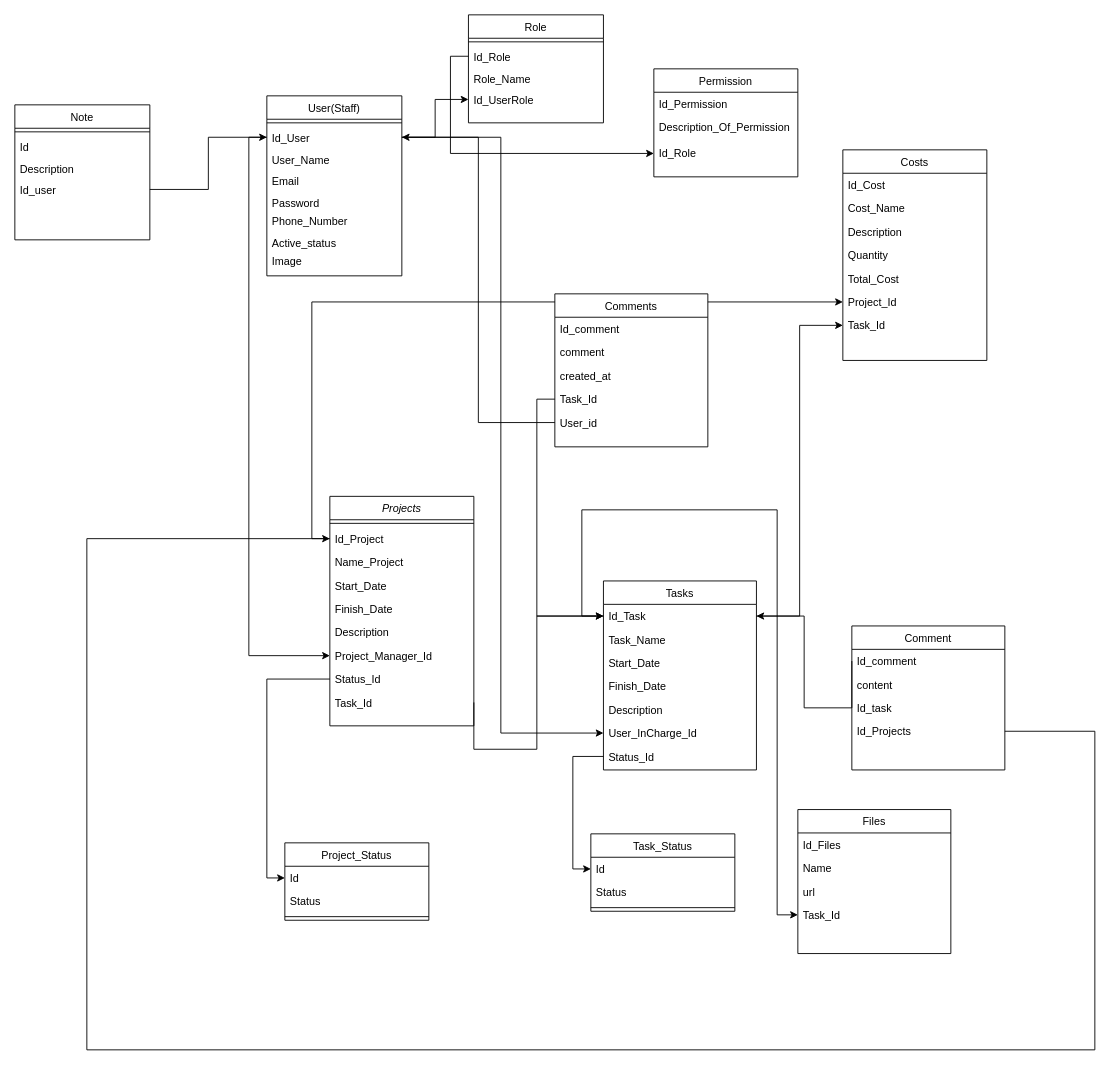
Before: Database.drawio in nate-q-136/PBL3, a draw.io diagram. Source tidied: cells renumbered, new cells numbered last; positions are measured from the earlier drawing's top-left corner, leaving out a move shared by most shapes. Both pictures are drawn from the tidied source at 90%, with x=0, y=0 at pixel (14, 14).
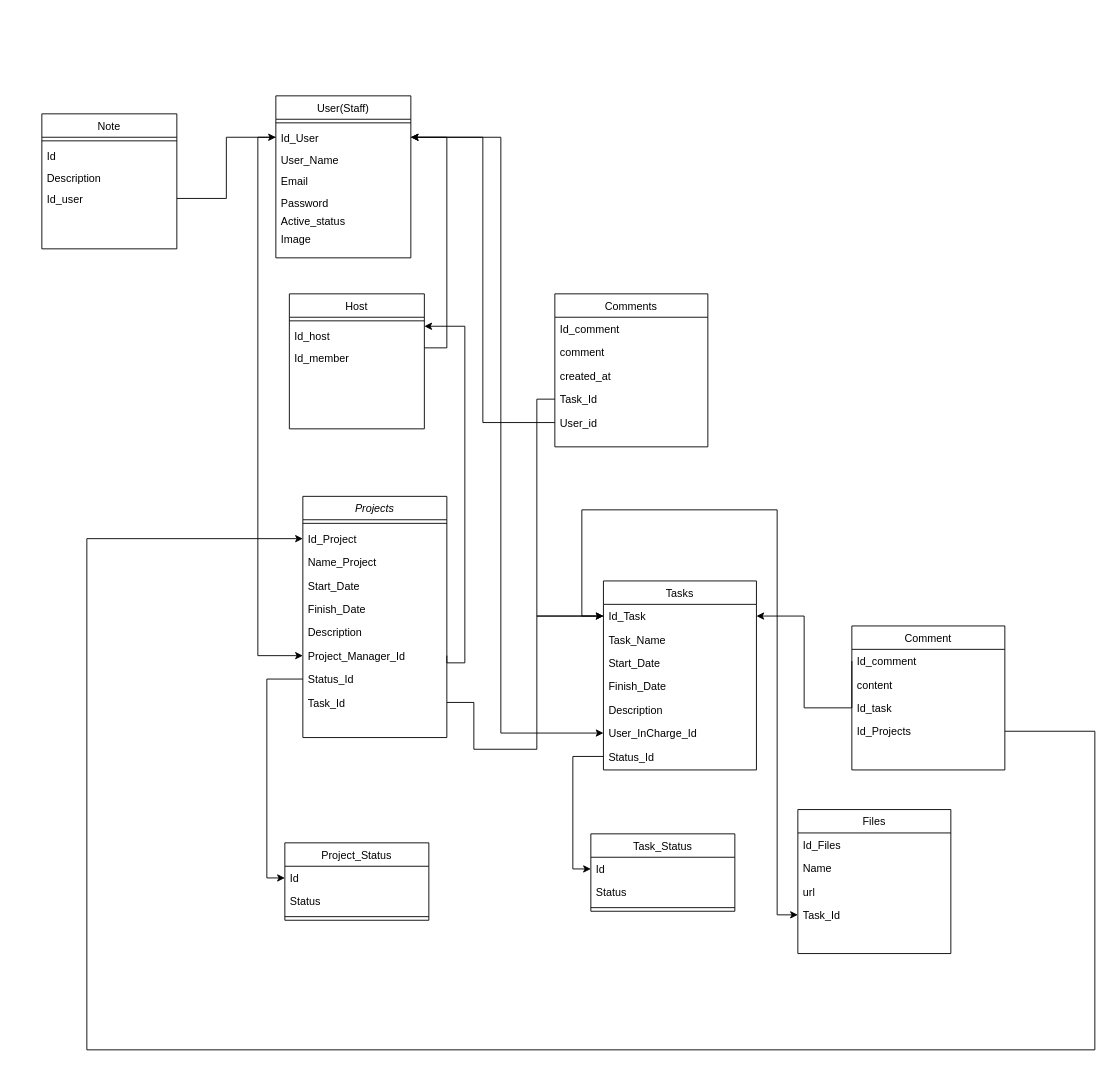
The same page after the edit.

Commit message:
Cập nhật Database.drawio

The change refers to these unchanged cells:
```xml
<mxCell id="4" value="Id_Project&#10;" style="text;align=left;verticalAlign=top;spacingLeft=4;spacingRight=4;overflow=hidden;points=[[0,0.5],[1,0.5]];portConstraint=eastwest;" parent="2" vertex="1">
  <mxGeometry y="34" width="160" height="26" as="geometry" />
</mxCell>
<mxCell id="9" value="Project_Manager_Id&#10;" style="text;align=left;verticalAlign=top;spacingLeft=4;spacingRight=4;overflow=hidden;points=[[0,0.5],[1,0.5]];portConstraint=eastwest;" parent="2" vertex="1">
  <mxGeometry y="164" width="160" height="26" as="geometry" />
</mxCell>
<mxCell id="14" value="Id_User" style="text;align=left;verticalAlign=top;spacingLeft=4;spacingRight=4;overflow=hidden;points=[[0,0.5],[1,0.5]];portConstraint=eastwest;" parent="12" vertex="1">
  <mxGeometry y="34" width="150" height="24" as="geometry" />
</mxCell>
<mxCell id="22" value="Id_Task&#10;" style="text;align=left;verticalAlign=top;spacingLeft=4;spacingRight=4;overflow=hidden;points=[[0,0.5],[1,0.5]];portConstraint=eastwest;" parent="21" vertex="1">
  <mxGeometry y="26" width="170" height="26" as="geometry" />
</mxCell>
```

Diff of the diagram source:
```diff
@@
     <mxCell id="2" value="Projects" style="swimlane;fontStyle=2;align=center;verticalAlign=top;horizontal=1;startSize=26;rounded=0;shadow=0;strokeWidth=1;" parent="1" vertex="1">
-      <mxGeometry x="350" y="535" width="160" height="255" as="geometry" />
+      <mxGeometry x="320" y="535" width="160" height="268" as="geometry" />
     </mxCell>
@@
     <mxCell id="12" value="User(Staff)&#10;" style="swimlane;fontStyle=0;align=center;verticalAlign=top;horizontal=1;startSize=26;rounded=0;shadow=0;strokeWidth=1;" parent="1" vertex="1">
-      <mxGeometry x="280" y="90" width="150" height="200" as="geometry" />
+      <mxGeometry x="290" y="90" width="150" height="180" as="geometry" />
     </mxCell>
@@
-    <mxCell id="18" value="Phone_Number&#10;" style="text;align=left;verticalAlign=top;spacingLeft=4;spacingRight=4;overflow=hidden;" parent="12" vertex="1">
-      <mxGeometry y="126" width="150" height="24" as="geometry" />
-    </mxCell>
     <mxCell id="19" value="Active_status&#10;" style="text;align=left;verticalAlign=top;spacingLeft=4;spacingRight=4;overflow=hidden;" parent="12" vertex="1">
-      <mxGeometry y="150" width="150" height="20" as="geometry" />
+      <mxGeometry y="126" width="150" height="20" as="geometry" />
     </mxCell>
     <mxCell id="20" value="Image" style="text;align=left;verticalAlign=top;spacingLeft=4;spacingRight=4;overflow=hidden;" parent="12" vertex="1">
-      <mxGeometry y="170" width="150" height="20" as="geometry" />
+      <mxGeometry y="146" width="150" height="20" as="geometry" />
     </mxCell>
@@
-    <mxCell id="33" value="Role" style="swimlane;fontStyle=0;align=center;verticalAlign=top;horizontal=1;startSize=26;rounded=0;shadow=0;strokeWidth=1;" parent="1" vertex="1">
-      <mxGeometry x="504" width="150" height="120" as="geometry" />
-    </mxCell>
-    <mxCell id="34" style="line;html=1;strokeWidth=1;align=left;verticalAlign=middle;spacingTop=-1;spacingLeft=3;spacingRight=3;labelPosition=right;" parent="33" vertex="1">
-      <mxGeometry y="26" width="150" height="8" as="geometry" />
-    </mxCell>
-    <mxCell id="35" value="Id_Role" style="text;align=left;verticalAlign=top;spacingLeft=4;spacingRight=4;overflow=hidden;points=[[0,0.5],[1,0.5]];portConstraint=eastwest;" parent="33" vertex="1">
-      <mxGeometry y="34" width="150" height="24" as="geometry" />
-    </mxCell>
-    <mxCell id="36" value="Role_Name" style="text;align=left;verticalAlign=top;spacingLeft=4;spacingRight=4;overflow=hidden;" parent="33" vertex="1">
-      <mxGeometry y="58" width="150" height="24" as="geometry" />
-    </mxCell>
-    <mxCell id="37" value="Id_UserRole" style="text;align=left;verticalAlign=top;spacingLeft=4;spacingRight=4;overflow=hidden;points=[[0,0.5],[1,0.5]];portConstraint=eastwest;" parent="33" vertex="1">
-      <mxGeometry y="82" width="150" height="24" as="geometry" />
-    </mxCell>
-    <mxCell id="38" value="Permission" style="swimlane;fontStyle=0;align=center;verticalAlign=top;horizontal=1;startSize=26;rounded=0;shadow=0;strokeWidth=1;" parent="1" vertex="1">
-      <mxGeometry x="710" y="60" width="160" height="120" as="geometry" />
-    </mxCell>
-    <mxCell id="39" value="Id_Permission" style="text;align=left;verticalAlign=top;spacingLeft=4;spacingRight=4;overflow=hidden;" parent="38" vertex="1">
-      <mxGeometry y="26" width="160" height="26" as="geometry" />
-    </mxCell>
-    <mxCell id="40" value="Description_Of_Permission" style="text;align=left;verticalAlign=top;spacingLeft=4;spacingRight=4;overflow=hidden;rounded=0;shadow=0;html=0;" parent="38" vertex="1">
-      <mxGeometry y="52" width="160" height="28" as="geometry" />
-    </mxCell>
-    <mxCell id="41" value="Id_Role&#10;" style="text;align=left;verticalAlign=top;spacingLeft=4;spacingRight=4;overflow=hidden;points=[[0,0.5],[1,0.5]];portConstraint=eastwest;rounded=0;shadow=0;html=0;" parent="38" vertex="1">
-      <mxGeometry y="80" width="160" height="28" as="geometry" />
-    </mxCell>
-    <mxCell id="42" value="Costs" style="swimlane;fontStyle=0;align=center;verticalAlign=top;horizontal=1;startSize=26;rounded=0;shadow=0;strokeWidth=1;" parent="1" vertex="1">
-      <mxGeometry x="920" y="150" width="160" height="234" as="geometry" />
-    </mxCell>
-    <mxCell id="43" value="Id_Cost" style="text;align=left;verticalAlign=top;spacingLeft=4;spacingRight=4;overflow=hidden;" parent="42" vertex="1">
-      <mxGeometry y="26" width="160" height="26" as="geometry" />
-    </mxCell>
-    <mxCell id="44" value="Cost_Name" style="text;align=left;verticalAlign=top;spacingLeft=4;spacingRight=4;overflow=hidden;rounded=0;shadow=0;html=0;" parent="42" vertex="1">
-      <mxGeometry y="52" width="160" height="26" as="geometry" />
-    </mxCell>
-    <mxCell id="45" value="Description" style="text;align=left;verticalAlign=top;spacingLeft=4;spacingRight=4;overflow=hidden;rounded=0;shadow=0;html=0;" parent="42" vertex="1">
-      <mxGeometry y="78" width="160" height="26" as="geometry" />
-    </mxCell>
-    <mxCell id="46" value="Quantity" style="text;align=left;verticalAlign=top;spacingLeft=4;spacingRight=4;overflow=hidden;rounded=0;shadow=0;html=0;" parent="42" vertex="1">
-      <mxGeometry y="104" width="160" height="26" as="geometry" />
-    </mxCell>
-    <mxCell id="47" value="Total_Cost" style="text;align=left;verticalAlign=top;spacingLeft=4;spacingRight=4;overflow=hidden;rounded=0;shadow=0;html=0;" parent="42" vertex="1">
-      <mxGeometry y="130" width="160" height="26" as="geometry" />
-    </mxCell>
-    <mxCell id="48" value="Project_Id" style="text;align=left;verticalAlign=top;spacingLeft=4;spacingRight=4;overflow=hidden;points=[[0,0.5],[1,0.5]];portConstraint=eastwest;rounded=0;shadow=0;html=0;" parent="42" vertex="1">
-      <mxGeometry y="156" width="160" height="26" as="geometry" />
-    </mxCell>
-    <mxCell id="49" value="Task_Id" style="text;align=left;verticalAlign=top;spacingLeft=4;spacingRight=4;overflow=hidden;points=[[0,0.5],[1,0.5]];portConstraint=eastwest;rounded=0;shadow=0;html=0;" parent="42" vertex="1">
-      <mxGeometry y="182" width="160" height="26" as="geometry" />
-    </mxCell>
@@
-    <mxCell id="54" style="edgeStyle=orthogonalEdgeStyle;rounded=0;jettySize=auto;html=1;" parent="1" edge="1" source="14" target="37">
-      <mxGeometry relative="1" as="geometry" />
-    </mxCell>
-    <mxCell id="55" style="edgeStyle=orthogonalEdgeStyle;rounded=0;jettySize=auto;html=1;exitX=0;exitY=0.5;exitDx=0;exitDy=0;entryX=0;entryY=0.5;entryDx=0;entryDy=0;" parent="1" edge="1" source="35" target="41">
-      <mxGeometry relative="1" as="geometry" />
-    </mxCell>
@@
-    <mxCell id="61" style="edgeStyle=orthogonalEdgeStyle;rounded=0;jettySize=auto;html=1;exitX=0;exitY=0.5;exitDx=0;exitDy=0;entryX=0;entryY=0.5;entryDx=0;entryDy=0;" parent="1" edge="1" source="4" target="48">
-      <mxGeometry relative="1" as="geometry" />
-    </mxCell>
-    <mxCell id="62" style="edgeStyle=orthogonalEdgeStyle;rounded=0;jettySize=auto;html=1;exitX=1;exitY=0.5;exitDx=0;exitDy=0;entryX=0;entryY=0.5;entryDx=0;entryDy=0;" parent="1" edge="1" source="22" target="49">
-      <mxGeometry relative="1" as="geometry" />
-    </mxCell>
@@
     <mxCell id="77" value="Note" style="swimlane;fontStyle=0;align=center;verticalAlign=top;horizontal=1;startSize=26;rounded=0;shadow=0;strokeWidth=1;" parent="1" vertex="1">
-      <mxGeometry y="100" width="150" height="150" as="geometry" />
+      <mxGeometry x="30" y="110" width="150" height="150" as="geometry" />
     </mxCell>
@@
+    <mxCell id="90" style="edgeStyle=orthogonalEdgeStyle;rounded=0;jettySize=auto;html=1;entryX=1;entryY=0.5;entryDx=0;entryDy=0;" parent="1" edge="1" source="91" target="14">
+      <mxGeometry relative="1" as="geometry">
+        <Array as="points">
+          <mxPoint x="480" y="370" />
+          <mxPoint x="480" y="136" />
+        </Array>
+      </mxGeometry>
+    </mxCell>
+    <mxCell id="91" value="Host" style="swimlane;fontStyle=0;align=center;verticalAlign=top;horizontal=1;startSize=26;rounded=0;shadow=0;strokeWidth=1;" parent="1" vertex="1">
+      <mxGeometry x="305" y="310" width="150" height="150" as="geometry" />
+    </mxCell>
+    <mxCell id="34" style="line;html=1;strokeWidth=1;align=left;verticalAlign=middle;spacingTop=-1;spacingLeft=3;spacingRight=3;labelPosition=right;" parent="91" vertex="1">
+      <mxGeometry y="26" width="150" height="8" as="geometry" />
+    </mxCell>
+    <mxCell id="92" value="Id_host" style="text;align=left;verticalAlign=top;spacingLeft=4;spacingRight=4;overflow=hidden;points=[[0,0.5],[1,0.5]];portConstraint=eastwest;" parent="91" vertex="1">
+      <mxGeometry y="34" width="150" height="24" as="geometry" />
+    </mxCell>
+    <mxCell id="93" value="Id_member" style="text;align=left;verticalAlign=top;spacingLeft=4;spacingRight=4;overflow=hidden;" parent="91" vertex="1">
+      <mxGeometry y="58" width="150" height="24" as="geometry" />
+    </mxCell>
+    <mxCell id="94" style="edgeStyle=orthogonalEdgeStyle;rounded=0;jettySize=auto;html=1;exitX=1;exitY=0.5;exitDx=0;exitDy=0;" parent="1" edge="1" source="9" target="92">
+      <mxGeometry relative="1" as="geometry">
+        <Array as="points">
+          <mxPoint x="480" y="720" />
+          <mxPoint x="500" y="720" />
+          <mxPoint x="500" y="346" />
+        </Array>
+      </mxGeometry>
+    </mxCell>
```
